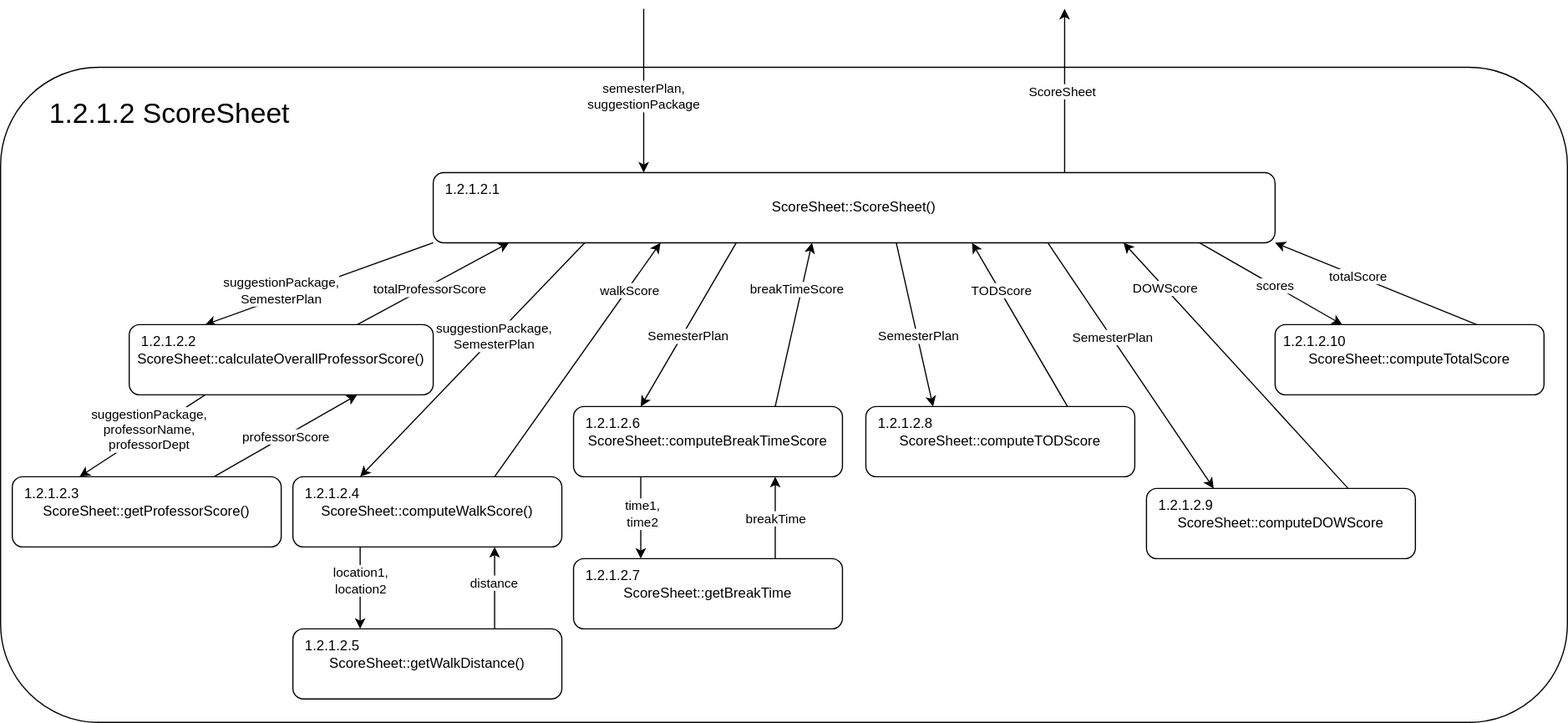
Before: Logic/TeamTwoFiles/ScoreSheetStructureChart.svg, a diagram exported from draw.io (MckennahPalmer/CSE430). Source tidied: cells renumbered, new cells last; positions are measured from the earlier drawing's top-left corner, leaving out a move shared by most shapes.
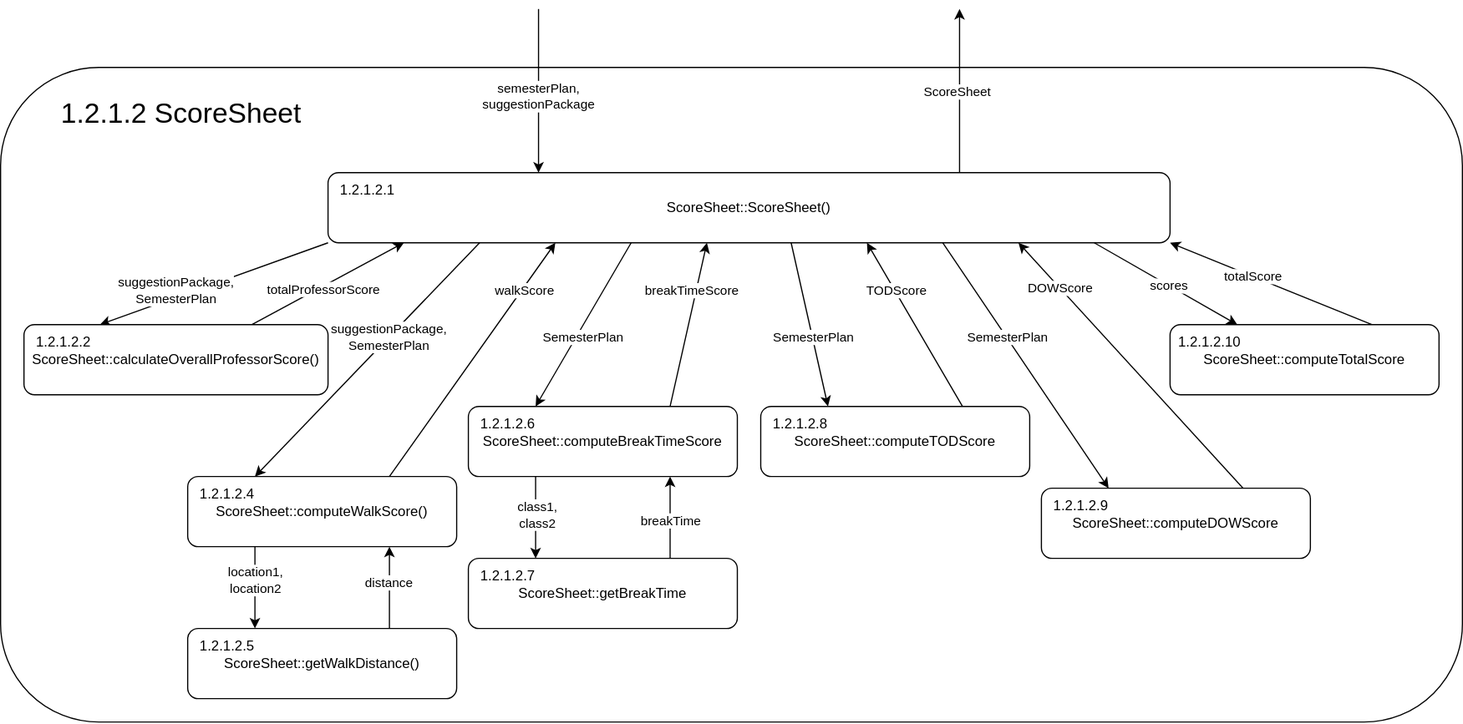
Above is the later version.

Commit message:
Updated 1.2.1.2 Structure chart DIT and Diagram to remove defunct function.

What changed in the source:
```diff
@@ -3,7 +3,7 @@
     <mxCell id="0" />
     <mxCell id="1" parent="0" />
     <mxCell id="2" style="rounded=1;whiteSpace=wrap;html=1;fillColor=none;" parent="1" vertex="1">
-      <mxGeometry y="50" width="1340" height="560" as="geometry" />
+      <mxGeometry x="90" y="50" width="1250" height="560" as="geometry" />
     </mxCell>
     <mxCell id="3" value="ScoreSheet::ScoreSheet()" style="rounded=1;whiteSpace=wrap;html=1;points=[[0,0,0,0,0],[0,0.25,0,0,0],[0,0.5,0,0,0],[0,0.75,0,0,0],[0,1,0,0,0],[0.09,1,0,0,0],[0.18,1,0,0,0],[0.25,0,0,0,0],[0.27,1,0,0,0],[0.36,1,0,0,0],[0.45,1,0,0,0],[0.5,0,0,0,0],[0.55,1,0,0,0],[0.64,1,0,0,0],[0.73,1,0,0,0],[0.75,0,0,0,0],[0.82,1,0,0,0],[0.91,1,0,0,0],[1,0,0,0,0],[1,0.25,0,0,0],[1,0.5,0,0,0],[1,0.75,0,0,0],[1,1,0,0,0]];" parent="1" vertex="1">
       <mxGeometry x="370" y="140" width="720" height="60" as="geometry" />
@@ -160,33 +160,15 @@
     <mxCell id="47" style="endArrow=classic;html=1;rounded=0;exitX=0.25;exitY=1;exitDx=0;exitDy=0;entryX=0.25;entryY=0;entryDx=0;entryDy=0;" parent="1" edge="1" source="36" target="37">
       <mxGeometry relative="1" as="geometry" />
     </mxCell>
-    <mxCell id="48" value="time1,&lt;br&gt;time2" style="edgeLabel;html=1;align=center;verticalAlign=middle;" parent="47" vertex="1">
+    <mxCell id="48" value="class1,&lt;div&gt;class2&lt;/div&gt;" style="edgeLabel;html=1;align=center;verticalAlign=middle;" parent="47" vertex="1">
       <mxGeometry x="-0.11" y="1" relative="1" as="geometry" />
     </mxCell>
     <mxCell id="49" value="1.2.1.2 ScoreSheet" style="text;html=1;align=left;verticalAlign=middle;whiteSpace=wrap;rounded=0;fontSize=24;" parent="1" vertex="1">
-      <mxGeometry x="40" y="70" width="240" height="40" as="geometry" />
+      <mxGeometry x="140" y="70" width="240" height="40" as="geometry" />
     </mxCell>
-    <mxCell id="50" value="ScoreSheet::getProfessorScore()" style="rounded=1;whiteSpace=wrap;html=1;" parent="1" vertex="1">
-      <mxGeometry x="10" y="400" width="230" height="60" as="geometry" />
-    </mxCell>
-    <mxCell id="51" style="endArrow=classic;html=1;rounded=0;entryX=0.25;entryY=0;entryDx=0;entryDy=0;exitX=0.25;exitY=1;exitDx=0;exitDy=0;" parent="1" edge="1" source="33" target="50">
-      <mxGeometry relative="1" as="geometry" />
-    </mxCell>
-    <mxCell id="52" value="suggestionPackage,&lt;br&gt;professorName,&lt;br&gt;professorDept" style="edgeLabel;html=1;align=center;verticalAlign=middle;" parent="51" vertex="1">
-      <mxGeometry x="-0.1" y="-2" relative="1" as="geometry" />
-    </mxCell>
-    <mxCell id="53" style="endArrow=classic;html=1;rounded=0;exitX=0.75;exitY=0;exitDx=0;exitDy=0;entryX=0.75;entryY=1;entryDx=0;entryDy=0;" parent="1" edge="1" source="50" target="33">
-      <mxGeometry relative="1" as="geometry" />
-    </mxCell>
-    <mxCell id="54" value="professorScore" style="edgeLabel;html=1;align=center;verticalAlign=middle;" parent="53" vertex="1">
-      <mxGeometry x="-0.01" relative="1" as="geometry" />
-    </mxCell>
     <mxCell id="55" value="1.2.1.2.2" style="text;html=1;align=center;verticalAlign=middle;whiteSpace=wrap;rounded=0;" parent="1" vertex="1">
       <mxGeometry x="110" y="270" width="67.5" height="30" as="geometry" />
     </mxCell>
-    <mxCell id="56" value="1.2.1.2.3" style="text;html=1;align=center;verticalAlign=middle;whiteSpace=wrap;rounded=0;" parent="1" vertex="1">
-      <mxGeometry x="10" y="400" width="67.5" height="30" as="geometry" />
-    </mxCell>
     <mxCell id="57" value="1.2.1.2.4" style="text;html=1;align=center;verticalAlign=middle;whiteSpace=wrap;rounded=0;" parent="1" vertex="1">
       <mxGeometry x="250" y="400" width="67.5" height="30" as="geometry" />
     </mxCell>
```
